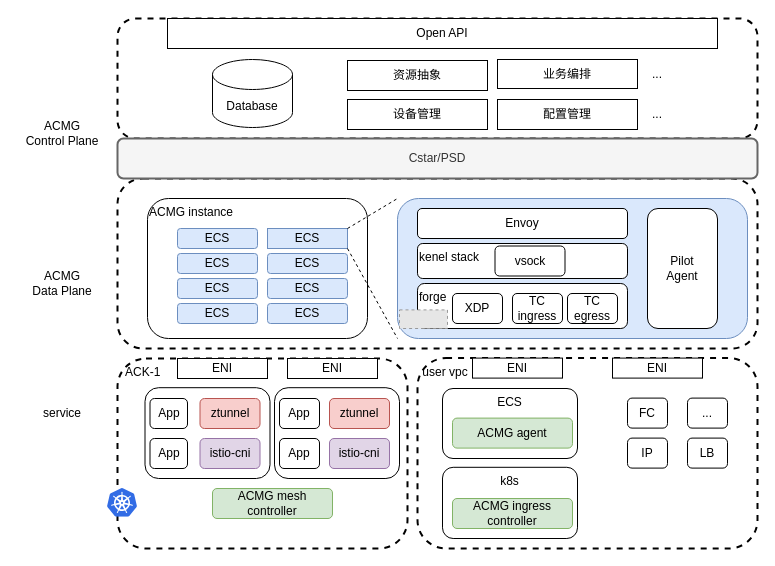
LuyaoZhong/Figures keeps this draw.io diagram as acmg 3.0 all.drawio. Above is the earlier version. Source tidied: cells renumbered, new cells numbered last; positions are measured from the earlier drawing's top-left corner, leaving out a move shared by most shapes. Both pictures are drawn from the tidied source at 100%, with x=0, y=0 at pixel (17, 18). Pictures stored in the file or linked from it are replaced by grey dashed boxes.
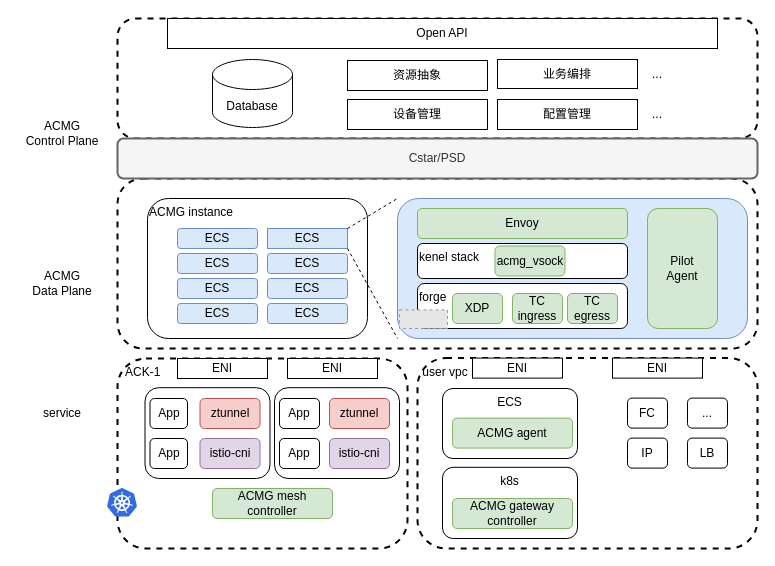
Above is the later version.

Change to the diagram source:
```diff
@@
-    <mxCell id="46" value="Pilot&lt;div&gt;Agent&lt;/div&gt;" style="rounded=1;whiteSpace=wrap;html=1;" parent="1" vertex="1">
+    <mxCell id="46" value="Pilot&lt;div&gt;Agent&lt;/div&gt;" style="rounded=1;whiteSpace=wrap;html=1;fillColor=#d5e8d4;strokeColor=#82b366;" parent="1" vertex="1">
       <mxGeometry x="630" y="190" width="70" height="120" as="geometry" />
     </mxCell>
-    <mxCell id="47" value="Envoy" style="rounded=1;whiteSpace=wrap;html=1;" parent="1" vertex="1">
+    <mxCell id="47" value="Envoy" style="rounded=1;whiteSpace=wrap;html=1;fillColor=#d5e8d4;strokeColor=#82b366;" parent="1" vertex="1">
       <mxGeometry x="400" y="190" width="210" height="30" as="geometry" />
     </mxCell>
@@
-    <mxCell id="49" value="vsock" style="rounded=1;whiteSpace=wrap;html=1;" parent="1" vertex="1">
+    <mxCell id="49" value="acmg_vsock" style="rounded=1;whiteSpace=wrap;html=1;fillColor=#d5e8d4;strokeColor=#82b366;" parent="1" vertex="1">
       <mxGeometry x="477.5" y="227.5" width="70" height="30" as="geometry" />
     </mxCell>
@@
-    <mxCell id="51" value="XDP" style="rounded=1;whiteSpace=wrap;html=1;" parent="1" vertex="1">
+    <mxCell id="51" value="XDP" style="rounded=1;whiteSpace=wrap;html=1;fillColor=#d5e8d4;strokeColor=#82b366;" parent="1" vertex="1">
       <mxGeometry x="435" y="275" width="50" height="30" as="geometry" />
     </mxCell>
-    <mxCell id="52" value="TC ingress" style="rounded=1;whiteSpace=wrap;html=1;" parent="1" vertex="1">
+    <mxCell id="52" value="TC ingress" style="rounded=1;whiteSpace=wrap;html=1;fillColor=#d5e8d4;strokeColor=#82b366;" parent="1" vertex="1">
       <mxGeometry x="495" y="275" width="50" height="30" as="geometry" />
     </mxCell>
-    <mxCell id="53" value="TC egress" style="rounded=1;whiteSpace=wrap;html=1;" parent="1" vertex="1">
+    <mxCell id="53" value="TC egress" style="rounded=1;whiteSpace=wrap;html=1;fillColor=#d5e8d4;strokeColor=#82b366;" parent="1" vertex="1">
       <mxGeometry x="550" y="275" width="50" height="30" as="geometry" />
     </mxCell>
@@
-    <mxCell id="61" value="ACMG ingress controller" style="rounded=1;whiteSpace=wrap;html=1;fillColor=#d5e8d4;strokeColor=#82b366;" parent="1" vertex="1">
+    <mxCell id="61" value="ACMG gateway controller" style="rounded=1;whiteSpace=wrap;html=1;fillColor=#d5e8d4;strokeColor=#82b366;" parent="1" vertex="1">
       <mxGeometry x="435" y="480" width="120" height="30" as="geometry" />
     </mxCell>
```
